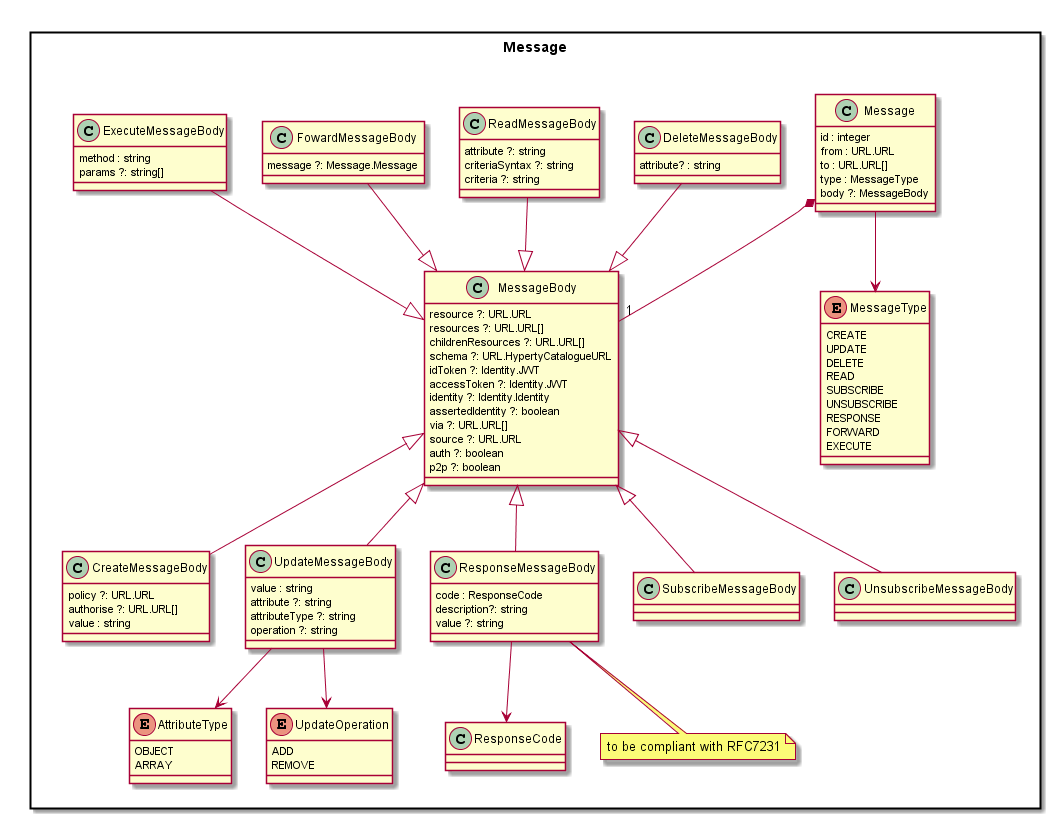
The PlantUML diagram datamodel/core/message/Message-Data-Model.png in reTHINK-project/specs, before a commit.
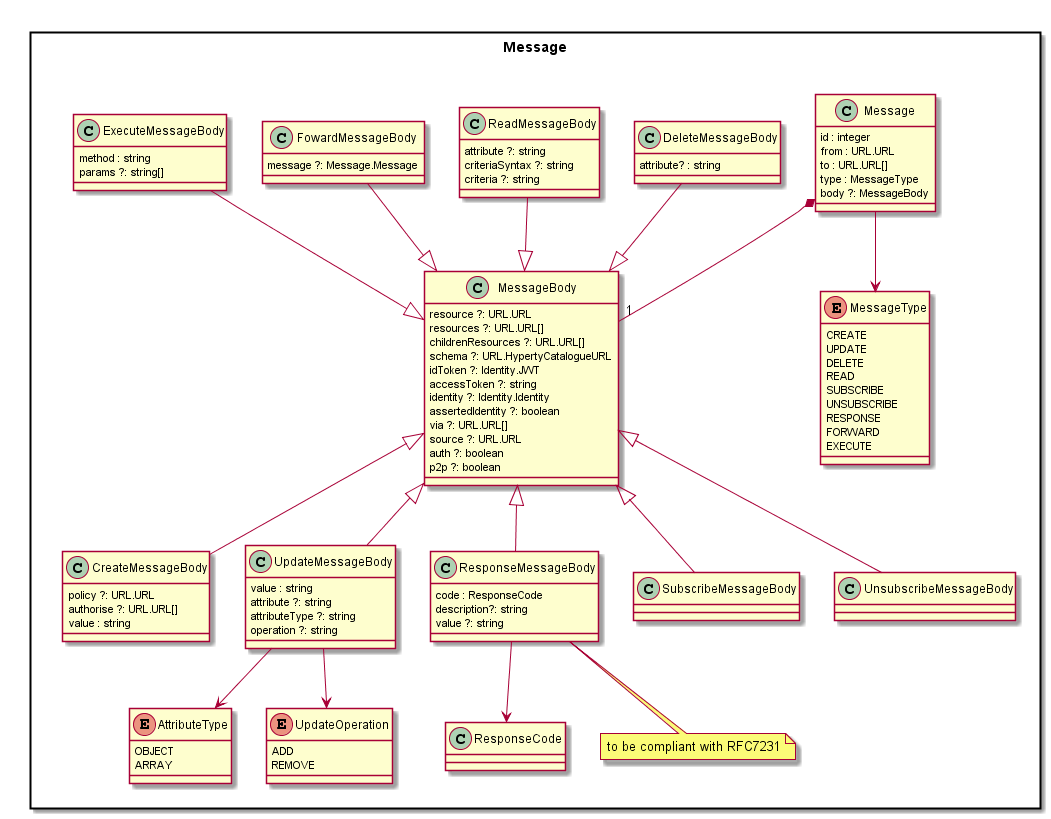
Later version of the same file.

Commit message:
message routing process updated to handle legacy endpoints

Diff of the diagram source:
```diff
@@ -16,7 +16,7 @@
 		childrenResources ?: URL.URL[]
 		schema ?: URL.HypertyCatalogueURL
 		idToken ?: Identity.JWT
-		accessToken ?: Identity.JWT
+		accessToken ?: string
 		identity ?: Identity.Identity
 		assertedIdentity ?: boolean
 		via ?: URL.URL[]
```
